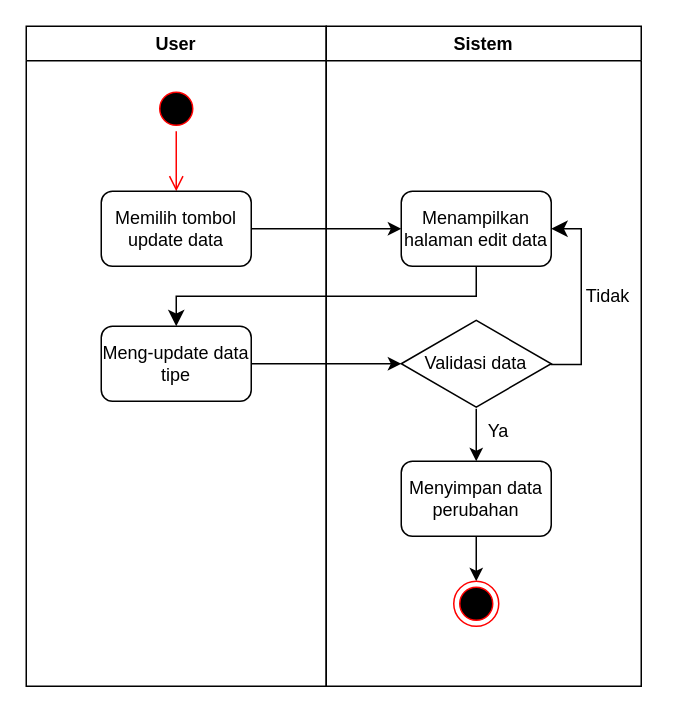
The draw.io diagram DOKUMENTASI IDMS/tag number/updatetagnumber.drawio in rismanrhz/idms, before the edit. Source tidied: cells renumbered, new cells numbered last; positions are measured from the earlier drawing's top-left corner, leaving out a move shared by most shapes. Both pictures are drawn from the tidied source at 150%, with x=0, y=0 at pixel (26, 26).
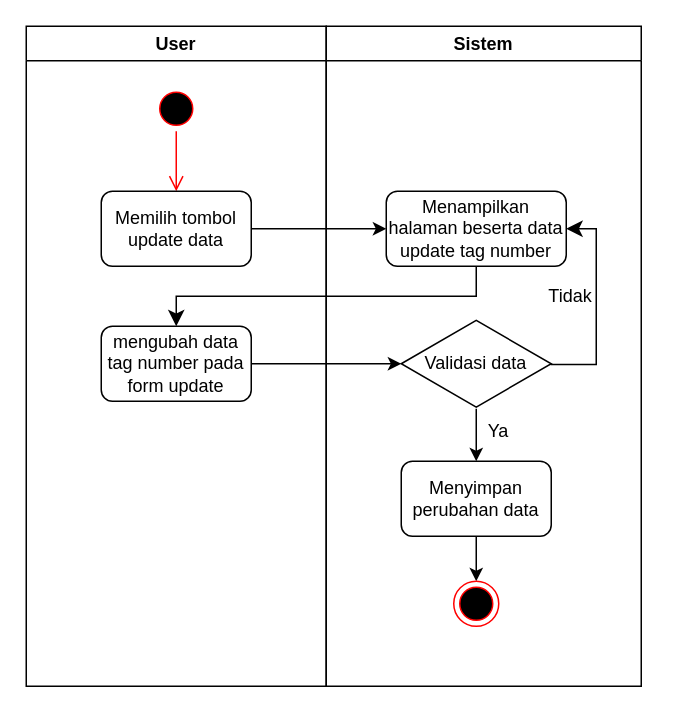
The same diagram, later.

Unchanged cells that the change refers to:
```xml
<mxCell id="2" value="User" style="swimlane;whiteSpace=wrap;html=1;" parent="1" vertex="1">
  <mxGeometry width="200" height="440" as="geometry" />
</mxCell>
<mxCell id="7" value="Sistem" style="swimlane;whiteSpace=wrap;html=1;" parent="1" vertex="1">
  <mxGeometry x="200" width="210" height="440" as="geometry" />
</mxCell>
<mxCell id="10" value="Validasi data" style="html=1;whiteSpace=wrap;shape=isoRectangle;" parent="7" vertex="1">
  <mxGeometry x="50" y="195" width="100" height="60" as="geometry" />
</mxCell>
```

Change to the diagram source:
```diff
@@
-    <mxCell id="6" value="Meng-update data tipe" style="rounded=1;whiteSpace=wrap;html=1;" parent="2" vertex="1">
+    <mxCell id="6" value="mengubah data tag number pada form update" style="rounded=1;whiteSpace=wrap;html=1;" parent="2" vertex="1">
       <mxGeometry x="50" y="200" width="100" height="50" as="geometry" />
     </mxCell>
@@
-    <mxCell id="8" value="Menampilkan halaman edit data" style="rounded=1;whiteSpace=wrap;html=1;" parent="7" vertex="1">
-      <mxGeometry x="50" y="110" width="100" height="50" as="geometry" />
+    <mxCell id="8" value="Menampilkan halaman beserta data update tag number" style="rounded=1;whiteSpace=wrap;html=1;" parent="7" vertex="1">
+      <mxGeometry x="40" y="110" width="120" height="50" as="geometry" />
     </mxCell>
@@
     <mxCell id="11" style="edgeStyle=elbowEdgeStyle;elbow=horizontal;endArrow=classic;html=1;curved=0;rounded=0;endSize=8;startSize=8;entryX=1;entryY=0.5;entryDx=0;entryDy=0;exitX=0.996;exitY=0.507;exitDx=0;exitDy=0;exitPerimeter=0;" parent="7" edge="1" source="10" target="8">
       <mxGeometry relative="1" as="geometry">
         <Array as="points">
-          <mxPoint x="170" y="190" />
+          <mxPoint x="180" y="170" />
         </Array>
       </mxGeometry>
     </mxCell>
     <mxCell id="12" value="Tidak" style="text;html=1;align=center;verticalAlign=middle;whiteSpace=wrap;rounded=0;" parent="7" vertex="1">
-      <mxGeometry x="158" y="165" width="60" height="30" as="geometry" />
+      <mxGeometry x="133" y="165" width="60" height="30" as="geometry" />
     </mxCell>
@@
-    <mxCell id="14" value="Menyimpan data perubahan" style="rounded=1;whiteSpace=wrap;html=1;" parent="7" vertex="1">
+    <mxCell id="14" value="Menyimpan perubahan data" style="rounded=1;whiteSpace=wrap;html=1;" parent="7" vertex="1">
       <mxGeometry x="50" y="290" width="100" height="50" as="geometry" />
     </mxCell>
```
